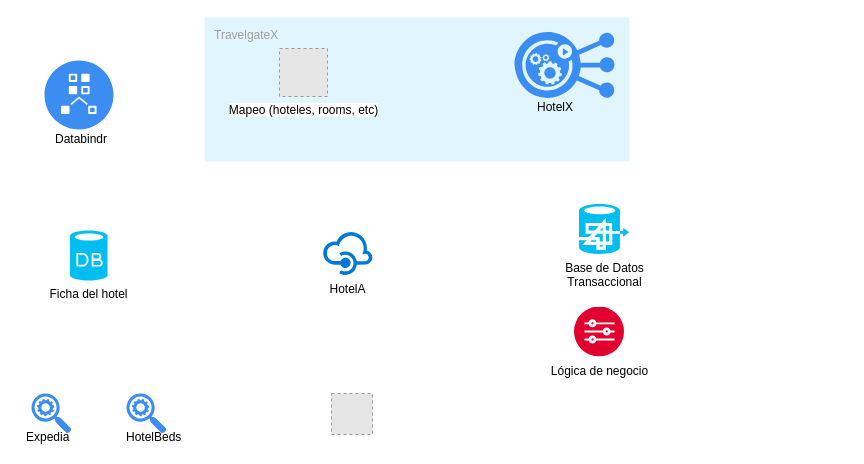
This is page "Page-4" (4 of 4) of Untitled Diagram.drawio from nan3co/crypto-twitter-bot, a draw.io file, before an edit. Source tidied: cells renumbered, new cells numbered last; positions are measured from the earlier drawing's top-left corner, leaving out a move shared by most shapes. Both pictures are drawn from the tidied source at 100%, with x=0, y=0 at pixel (24, 17). Pictures stored in the file or linked from it are replaced by grey dashed boxes.
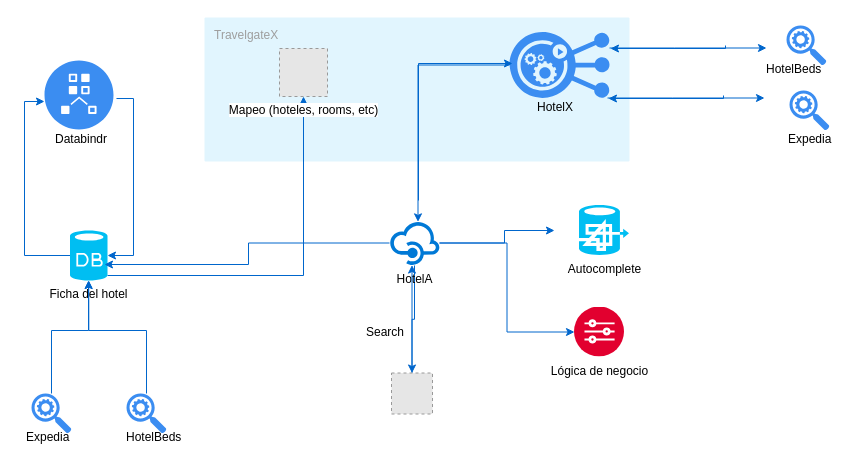
The same page after the edit.

Unchanged cells that the change refers to:
```xml
<mxCell id="3" style="html=1;strokeColor=none;shadow=0;align=center;verticalAlign=top;fillColor=#3B8DF1;shape=mxgraph.gcp2.admin_connected;" parent="1" vertex="1">
  <mxGeometry x="20" y="43" width="69" height="69" as="geometry" />
</mxCell>
<mxCell id="5" value="Ficha del hotel" style="verticalLabelPosition=bottom;html=1;verticalAlign=top;align=center;strokeColor=none;fillColor=#00BEF2;shape=mxgraph.azure.database;" parent="1" vertex="1">
  <mxGeometry x="45.5" y="213" width="37.5" height="50" as="geometry" />
</mxCell>
<mxCell id="6" style="html=1;strokeColor=none;shadow=0;align=center;verticalAlign=top;fillColor=#3B8DF1;shape=mxgraph.gcp2.search_api;" parent="1" vertex="1">
  <mxGeometry x="7" y="376" width="40" height="40" as="geometry" />
</mxCell>
<mxCell id="8" style="html=1;strokeColor=none;shadow=0;align=center;verticalAlign=top;fillColor=#3B8DF1;shape=mxgraph.gcp2.search_api;" parent="1" vertex="1">
  <mxGeometry x="102" y="376" width="40" height="40" as="geometry" />
</mxCell>
<mxCell id="10" value="Mapeo (hoteles, rooms, etc)" style="fillColor=#E6E6E6;strokeColor=#999999;dashed=1;html=1;verticalAlign=top;verticalLabelPosition=bottom;labelBackgroundColor=#ffffff;" parent="1" vertex="1">
  <mxGeometry x="255" y="31" width="48" height="48" as="geometry" />
</mxCell>
<mxCell id="15" value="Lógica de negocio" style="perimeter=ellipsePerimeter;html=1;align=center;shadow=0;dashed=0;image;image=img/lib/ibm/vpc/SecurityGroupRules.svg;" parent="1" vertex="1">
  <mxGeometry x="550" y="289.5" width="50" height="50" as="geometry" />
</mxCell>
```

The edit, as a diff of the source:
```diff
@@
+    <mxCell id="17" style="edgeStyle=orthogonalEdgeStyle;rounded=0;jettySize=auto;html=1;entryX=1;entryY=0.5;entryDx=0;entryDy=0;entryPerimeter=0;exitX=1.043;exitY=0.551;exitDx=0;exitDy=0;exitPerimeter=0;fillColor=#7EA6E0;strokeColor=#0066CC;" parent="1" edge="1" source="3" target="5">
+      <mxGeometry relative="1" as="geometry">
+        <Array as="points">
+          <mxPoint x="109" y="81" />
+          <mxPoint x="109" y="238" />
+        </Array>
+      </mxGeometry>
+    </mxCell>
@@
+    <mxCell id="18" style="edgeStyle=orthogonalEdgeStyle;rounded=0;jettySize=auto;html=1;entryX=0;entryY=0.594;entryDx=0;entryDy=0;entryPerimeter=0;exitX=0;exitY=0.5;exitDx=0;exitDy=0;exitPerimeter=0;fillColor=#7EA6E0;strokeColor=#0066CC;" parent="1" edge="1" source="5" target="3">
+      <mxGeometry relative="1" as="geometry" />
+    </mxCell>
+    <mxCell id="19" style="edgeStyle=orthogonalEdgeStyle;rounded=0;jettySize=auto;html=1;exitX=1;exitY=0.9;exitDx=0;exitDy=0;exitPerimeter=0;fillColor=#7EA6E0;strokeColor=#0066CC;" parent="1" edge="1" source="5" target="10">
+      <mxGeometry relative="1" as="geometry" />
+    </mxCell>
@@
+    <mxCell id="20" style="edgeStyle=orthogonalEdgeStyle;rounded=0;jettySize=auto;html=1;fillColor=#7EA6E0;strokeColor=#0066CC;" parent="1" edge="1" source="6" target="5">
+      <mxGeometry relative="1" as="geometry">
+        <Array as="points">
+          <mxPoint x="27" y="313" />
+          <mxPoint x="64" y="313" />
+        </Array>
+      </mxGeometry>
+    </mxCell>
@@
+    <mxCell id="21" style="edgeStyle=orthogonalEdgeStyle;rounded=0;jettySize=auto;html=1;entryX=0.5;entryY=1;entryDx=0;entryDy=0;entryPerimeter=0;fillColor=#7EA6E0;strokeColor=#0066CC;" parent="1" edge="1" source="8" target="5">
+      <mxGeometry relative="1" as="geometry">
+        <Array as="points">
+          <mxPoint x="122" y="313" />
+          <mxPoint x="64" y="313" />
+        </Array>
+      </mxGeometry>
+    </mxCell>
@@
+    <mxCell id="22" style="edgeStyle=orthogonalEdgeStyle;rounded=0;jettySize=auto;html=1;strokeColor=#0066CC;fillColor=#7EA6E0;entryX=0.57;entryY=0.03;entryDx=0;entryDy=0;entryPerimeter=0;" parent="1" edge="1" source="11" target="13">
+      <mxGeometry relative="1" as="geometry" />
+    </mxCell>
     <mxCell id="11" style="html=1;strokeColor=none;shadow=0;align=center;verticalAlign=top;fillColor=#3B8DF1;shape=mxgraph.gcp2.replication_controller_3;" parent="1" vertex="1">
-      <mxGeometry x="490" y="14.5" width="100" height="66" as="geometry" />
+      <mxGeometry x="485" y="14.5" width="100" height="66" as="geometry" />
     </mxCell>
@@
+    <mxCell id="23" style="edgeStyle=orthogonalEdgeStyle;rounded=0;jettySize=auto;html=1;strokeColor=#0066CC;fillColor=#7EA6E0;" parent="1" edge="1" source="13">
+      <mxGeometry relative="1" as="geometry">
+        <mxPoint x="530" y="213" as="targetPoint" />
+        <Array as="points">
+          <mxPoint x="480" y="226" />
+          <mxPoint x="480" y="213" />
+        </Array>
+      </mxGeometry>
+    </mxCell>
+    <mxCell id="24" style="edgeStyle=orthogonalEdgeStyle;rounded=0;jettySize=auto;html=1;entryX=0.92;entryY=0.68;entryDx=0;entryDy=0;entryPerimeter=0;strokeColor=#0066CC;fillColor=#7EA6E0;" parent="1" edge="1" source="13" target="5">
+      <mxGeometry relative="1" as="geometry" />
+    </mxCell>
+    <mxCell id="25" style="edgeStyle=orthogonalEdgeStyle;rounded=0;jettySize=auto;html=1;strokeColor=#0066CC;fillColor=#7EA6E0;entryX=0.03;entryY=0.477;entryDx=0;entryDy=0;entryPerimeter=0;" parent="1" edge="1" target="11">
+      <mxGeometry relative="1" as="geometry">
+        <mxPoint x="394" y="183" as="sourcePoint" />
+        <Array as="points">
+          <mxPoint x="394" y="46" />
+        </Array>
+      </mxGeometry>
+    </mxCell>
+    <mxCell id="26" style="edgeStyle=orthogonalEdgeStyle;rounded=0;jettySize=auto;html=1;entryX=0;entryY=0.5;entryDx=0;entryDy=0;strokeColor=#0066CC;fillColor=#7EA6E0;" parent="1" edge="1" source="13" target="15">
+      <mxGeometry relative="1" as="geometry" />
+    </mxCell>
+    <mxCell id="27" style="edgeStyle=orthogonalEdgeStyle;rounded=0;jettySize=auto;html=1;strokeColor=#0066CC;fillColor=#7EA6E0;" parent="1" edge="1" source="13" target="16">
+      <mxGeometry relative="1" as="geometry" />
+    </mxCell>
     <mxCell id="13" value="HotelA" style="shadow=0;dashed=0;html=1;strokeColor=none;labelPosition=center;verticalLabelPosition=bottom;verticalAlign=top;align=center;shape=mxgraph.mscae.cloud.api_management;fillColor=#0079D6;" parent="1" vertex="1">
-      <mxGeometry x="298" y="213" width="50" height="45" as="geometry" />
+      <mxGeometry x="365" y="203" width="50" height="45" as="geometry" />
     </mxCell>
-    <mxCell id="14" value="Base de Datos&lt;br&gt;Transaccional" style="verticalLabelPosition=bottom;html=1;verticalAlign=top;align=center;strokeColor=none;fillColor=#00BEF2;shape=mxgraph.azure.hdinsight;" parent="1" vertex="1">
-      <mxGeometry x="554.5" y="186.5" width="50" height="50" as="geometry" />
+    <mxCell id="14" value="Autocomplete" style="verticalLabelPosition=bottom;html=1;verticalAlign=top;align=center;strokeColor=none;fillColor=#00BEF2;shape=mxgraph.azure.hdinsight;" parent="1" vertex="1">
+      <mxGeometry x="554.5" y="187.5" width="50" height="50" as="geometry" />
     </mxCell>
@@
+    <mxCell id="28" style="edgeStyle=orthogonalEdgeStyle;rounded=0;jettySize=auto;html=1;entryX=0.45;entryY=0.99;entryDx=0;entryDy=0;entryPerimeter=0;strokeColor=#0066CC;fillColor=#7EA6E0;" parent="1" edge="1" source="16" target="13">
+      <mxGeometry relative="1" as="geometry" />
+    </mxCell>
     <mxCell id="16" style="fillColor=#E6E6E6;strokeColor=#999999;dashed=1;html=1;verticalAlign=top;verticalLabelPosition=bottom;labelBackgroundColor=#ffffff;" parent="1" vertex="1">
-      <mxGeometry x="307" y="376" width="41" height="41" as="geometry" />
+      <mxGeometry x="367" y="355.5" width="41" height="41" as="geometry" />
     </mxCell>
+    <mxCell id="29" value="Search&lt;br&gt;" style="text;html=1;align=left;verticalAlign=top;spacingTop=-4;" parent="1" vertex="1">
+      <mxGeometry x="340" y="304.5" width="50" height="20" as="geometry" />
+    </mxCell>
+    <mxCell id="30" style="html=1;strokeColor=none;shadow=0;align=center;verticalAlign=top;fillColor=#3B8DF1;shape=mxgraph.gcp2.search_api;" parent="1" vertex="1">
+      <mxGeometry x="765" y="73" width="40" height="40" as="geometry" />
+    </mxCell>
+    <mxCell id="31" value="Expedia" style="text;html=1;align=left;verticalAlign=top;spacingTop=-4;" parent="1" vertex="1">
+      <mxGeometry x="762" y="112" width="60" height="20" as="geometry" />
+    </mxCell>
+    <mxCell id="32" style="html=1;strokeColor=none;shadow=0;align=center;verticalAlign=top;fillColor=#3B8DF1;shape=mxgraph.gcp2.search_api;" parent="1" vertex="1">
+      <mxGeometry x="762" y="8" width="40" height="40" as="geometry" />
+    </mxCell>
+    <mxCell id="33" value="HotelBeds&lt;br&gt;" style="text;html=1;align=left;verticalAlign=top;spacingTop=-4;" parent="1" vertex="1">
+      <mxGeometry x="740" y="42" width="70" height="20" as="geometry" />
+    </mxCell>
+    <mxCell id="34" style="edgeStyle=orthogonalEdgeStyle;rounded=0;orthogonalLoop=1;jettySize=auto;html=1;entryX=0;entryY=0.45;entryDx=0;entryDy=0;entryPerimeter=0;strokeColor=#0066CC;fillColor=#7EA6E0;" parent="1" edge="1">
+      <mxGeometry relative="1" as="geometry">
+        <mxPoint x="583" y="80.5" as="sourcePoint" />
+        <mxPoint x="740" y="80.5" as="targetPoint" />
+        <Array as="points">
+          <mxPoint x="648" y="80.5" />
+          <mxPoint x="648" y="80.5" />
+        </Array>
+      </mxGeometry>
+    </mxCell>
+    <mxCell id="35" style="edgeStyle=orthogonalEdgeStyle;rounded=0;orthogonalLoop=1;jettySize=auto;html=1;entryX=0;entryY=0.45;entryDx=0;entryDy=0;entryPerimeter=0;strokeColor=#0066CC;fillColor=#7EA6E0;" parent="1" edge="1">
+      <mxGeometry relative="1" as="geometry">
+        <mxPoint x="585" y="30.5" as="sourcePoint" />
+        <mxPoint x="742" y="30.5" as="targetPoint" />
+        <Array as="points">
+          <mxPoint x="650" y="30.5" />
+          <mxPoint x="650" y="30.5" />
+        </Array>
+      </mxGeometry>
+    </mxCell>
+    <mxCell id="36" style="edgeStyle=orthogonalEdgeStyle;rounded=0;orthogonalLoop=1;jettySize=auto;html=1;entryX=1;entryY=0.25;entryDx=0;entryDy=0;entryPerimeter=0;strokeColor=#0066CC;fillColor=#7EA6E0;" parent="1" edge="1">
+      <mxGeometry relative="1" as="geometry">
+        <mxPoint x="701" y="28" as="sourcePoint" />
+        <mxPoint x="586" y="31" as="targetPoint" />
+        <Array as="points">
+          <mxPoint x="701" y="31" />
+        </Array>
+      </mxGeometry>
+    </mxCell>
+    <mxCell id="37" style="edgeStyle=orthogonalEdgeStyle;rounded=0;orthogonalLoop=1;jettySize=auto;html=1;entryX=1;entryY=0.25;entryDx=0;entryDy=0;entryPerimeter=0;strokeColor=#0066CC;fillColor=#7EA6E0;" parent="1" edge="1">
+      <mxGeometry relative="1" as="geometry">
+        <mxPoint x="699" y="78" as="sourcePoint" />
+        <mxPoint x="584" y="81" as="targetPoint" />
+        <Array as="points">
+          <mxPoint x="699" y="81" />
+        </Array>
+      </mxGeometry>
+    </mxCell>
```
